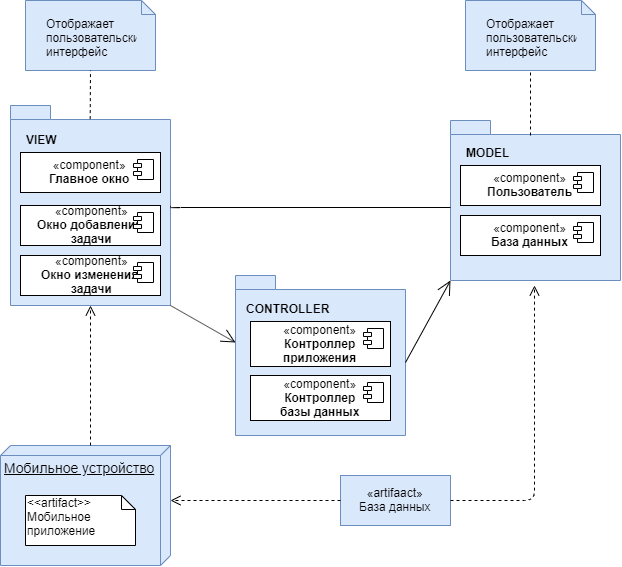
The draw.io diagram Documents/Diagrams/Deployment/Deployment.png in TomOlga/Dairy, before a commit. Source tidied: cells renumbered, new cells last; positions are measured from the earlier drawing's top-left corner, leaving out a move shared by most shapes. Its diagram source:
```xml
<mxGraphModel>
  <root>
    <mxCell id="0" />
    <mxCell id="1" parent="0" />
    <mxCell id="2" style="shape=folder;fontStyle=1;spacingTop=10;tabWidth=40;tabHeight=14;tabPosition=left;html=1;fillColor=#dae8fc;strokeColor=#6c8ebf;" parent="1" vertex="1">
      <mxGeometry x="450" y="120" width="170" height="160" as="geometry" />
    </mxCell>
    <mxCell id="3" style="shape=folder;fontStyle=1;spacingTop=10;tabWidth=40;tabHeight=14;tabPosition=left;html=1;align=center;fillColor=#dae8fc;strokeColor=#6c8ebf;" parent="1" vertex="1">
      <mxGeometry x="10" y="105" width="160" height="200" as="geometry" />
    </mxCell>
    <mxCell id="4" style="shape=folder;fontStyle=1;spacingTop=10;tabWidth=40;tabHeight=14;tabPosition=left;html=1;fillColor=#dae8fc;strokeColor=#6c8ebf;" parent="1" vertex="1">
      <mxGeometry x="235" y="275" width="170" height="160" as="geometry" />
    </mxCell>
    <mxCell id="5" style="shape=note;whiteSpace=wrap;html=1;size=14;verticalAlign=top;align=left;spacingTop=-6;fillColor=#dae8fc;strokeColor=#6c8ebf;" parent="1" vertex="1">
      <mxGeometry x="25" width="130" height="70" as="geometry" />
    </mxCell>
    <mxCell id="6" value="«component»&lt;br&gt;&lt;b&gt;Главное окно&lt;br&gt;&lt;/b&gt;" style="html=1;" parent="1" vertex="1">
      <mxGeometry x="20" y="152" width="140" height="40" as="geometry" />
    </mxCell>
    <mxCell id="7" style="shape=component;jettyWidth=8;jettyHeight=4;" parent="6" vertex="1">
      <mxGeometry x="1" width="20" height="20" relative="1" as="geometry">
        <mxPoint x="-27" y="7" as="offset" />
      </mxGeometry>
    </mxCell>
    <mxCell id="8" value="«artifaact»&lt;br&gt;База данных" style="html=1;fillColor=#dae8fc;strokeColor=#6c8ebf;" parent="1" vertex="1">
      <mxGeometry x="340" y="475" width="110" height="50" as="geometry" />
    </mxCell>
    <mxCell id="9" value="&lt;font style=&quot;font-size: 14px&quot;&gt;Мобильное устройство&lt;/font&gt;" style="verticalAlign=top;align=left;spacingTop=8;spacingLeft=2;spacingRight=12;shape=cube;size=10;direction=south;fontStyle=4;html=1;fillColor=#dae8fc;strokeColor=#6c8ebf;" parent="1" vertex="1">
      <mxGeometry y="445" width="170" height="120" as="geometry" />
    </mxCell>
    <mxCell id="10" value="&amp;lt;&amp;lt;artifact&amp;gt;&amp;gt;&lt;br&gt;Мобильное приложение" style="shape=note;whiteSpace=wrap;html=1;size=14;verticalAlign=top;align=left;spacingTop=-6;" parent="1" vertex="1">
      <mxGeometry x="25" y="495" width="110" height="50" as="geometry" />
    </mxCell>
    <mxCell id="11" style="html=1;verticalAlign=bottom;endArrow=open;dashed=1;endSize=8;entryX=0;entryY=0;entryDx=55;entryDy=0;entryPerimeter=0;exitX=0;exitY=0.5;exitDx=0;exitDy=0;" parent="1" edge="1" source="8" target="9">
      <mxGeometry relative="1" as="geometry" />
    </mxCell>
    <mxCell id="12" value="VIEW" style="text;strokeColor=none;fillColor=none;align=left;verticalAlign=top;spacingLeft=4;spacingRight=4;overflow=hidden;fontStyle=1;" parent="1" vertex="1">
      <mxGeometry x="20" y="126" width="100" height="26" as="geometry" />
    </mxCell>
    <mxCell id="13" style="html=1;verticalAlign=bottom;endArrow=open;dashed=1;endSize=8;entryX=0.5;entryY=1;entryDx=0;entryDy=0;entryPerimeter=0;exitX=0;exitY=0;exitDx=0;exitDy=80;exitPerimeter=0;" parent="1" edge="1" source="9" target="3">
      <mxGeometry relative="1" as="geometry" />
    </mxCell>
    <mxCell id="14" style="html=1;verticalAlign=bottom;endArrow=open;dashed=1;endSize=8;exitX=1;exitY=0.5;exitDx=0;exitDy=0;" parent="1" edge="1" source="8">
      <mxGeometry relative="1" as="geometry">
        <mxPoint x="534" y="285" as="targetPoint" />
        <Array as="points">
          <mxPoint x="534" y="500" />
        </Array>
      </mxGeometry>
    </mxCell>
    <mxCell id="15" value="CONTROLLER" style="text;strokeColor=none;fillColor=none;align=left;verticalAlign=top;spacingLeft=4;spacingRight=4;overflow=hidden;fontStyle=1;fontSize=12;" parent="1" vertex="1">
      <mxGeometry x="240" y="295" width="100" height="26" as="geometry" />
    </mxCell>
    <mxCell id="16" value="MODEL" style="text;strokeColor=none;fillColor=none;align=left;verticalAlign=top;spacingLeft=4;spacingRight=4;overflow=hidden;fontStyle=1;" parent="1" vertex="1">
      <mxGeometry x="460" y="139" width="100" height="26" as="geometry" />
    </mxCell>
    <mxCell id="17" value="«component»&lt;br&gt;&lt;b&gt;Контроллер&lt;br&gt;базы данных&lt;br&gt;&lt;/b&gt;" style="html=1;" parent="1" vertex="1">
      <mxGeometry x="250" y="375" width="140" height="45" as="geometry" />
    </mxCell>
    <mxCell id="18" style="shape=component;jettyWidth=8;jettyHeight=4;" parent="17" vertex="1">
      <mxGeometry x="1" width="20" height="20" relative="1" as="geometry">
        <mxPoint x="-27" y="7" as="offset" />
      </mxGeometry>
    </mxCell>
    <mxCell id="19" style="endArrow=none;html=1;edgeStyle=orthogonalEdgeStyle;fontSize=12;entryX=0;entryY=0;entryDx=0;entryDy=87;entryPerimeter=0;" parent="1" edge="1" target="2">
      <mxGeometry relative="1" as="geometry">
        <mxPoint x="170" y="205" as="sourcePoint" />
        <Array as="points">
          <mxPoint x="170" y="207" />
        </Array>
      </mxGeometry>
    </mxCell>
    <mxCell id="20" style="endArrow=open;endFill=1;endSize=12;html=1;fontSize=12;exitX=0;exitY=0;exitDx=160;exitDy=200;exitPerimeter=0;entryX=0;entryY=0;entryDx=0;entryDy=67;entryPerimeter=0;" parent="1" edge="1" source="3" target="4">
      <mxGeometry relative="1" as="geometry" />
    </mxCell>
    <mxCell id="21" style="endArrow=open;endFill=1;endSize=12;html=1;fontSize=12;exitX=0;exitY=0;exitDx=170;exitDy=87;exitPerimeter=0;entryX=0;entryY=0;entryDx=0;entryDy=160;entryPerimeter=0;" parent="1" edge="1" source="4" target="2">
      <mxGeometry relative="1" as="geometry" />
    </mxCell>
    <mxCell id="22" value="«component»&lt;br&gt;&lt;b&gt;Пользователь&lt;br&gt;&lt;/b&gt;" style="html=1;" parent="1" vertex="1">
      <mxGeometry x="460" y="165" width="140" height="40" as="geometry" />
    </mxCell>
    <mxCell id="23" style="shape=component;jettyWidth=8;jettyHeight=4;" parent="22" vertex="1">
      <mxGeometry x="1" width="20" height="20" relative="1" as="geometry">
        <mxPoint x="-27" y="7" as="offset" />
      </mxGeometry>
    </mxCell>
    <mxCell id="24" value="«component»&lt;br&gt;&lt;b&gt;База данных&lt;br&gt;&lt;/b&gt;" style="html=1;" parent="1" vertex="1">
      <mxGeometry x="460" y="215" width="140" height="40" as="geometry" />
    </mxCell>
    <mxCell id="25" style="shape=component;jettyWidth=8;jettyHeight=4;" parent="24" vertex="1">
      <mxGeometry x="1" width="20" height="20" relative="1" as="geometry">
        <mxPoint x="-27" y="7" as="offset" />
      </mxGeometry>
    </mxCell>
    <mxCell id="26" value="Отображает&#10;пользовательский&#10;интерфейс" style="text;strokeColor=none;fillColor=none;align=left;verticalAlign=top;spacingLeft=4;spacingRight=4;overflow=hidden;fontSize=12;" parent="1" vertex="1">
      <mxGeometry x="40" y="10" width="100" height="50" as="geometry" />
    </mxCell>
    <mxCell id="27" style="endArrow=none;dashed=1;html=1;fontSize=12;entryX=0.5;entryY=1;entryDx=0;entryDy=0;entryPerimeter=0;exitX=0.498;exitY=0.068;exitDx=0;exitDy=0;exitPerimeter=0;" parent="1" edge="1" source="3" target="5">
      <mxGeometry relative="1" as="geometry" />
    </mxCell>
    <mxCell id="28" style="shape=note;whiteSpace=wrap;html=1;size=14;verticalAlign=top;align=left;spacingTop=-6;fillColor=#dae8fc;strokeColor=#6c8ebf;" parent="1" vertex="1">
      <mxGeometry x="465" width="130" height="70" as="geometry" />
    </mxCell>
    <mxCell id="29" value="Отображает&#10;пользовательский&#10;интерфейс" style="text;strokeColor=none;fillColor=none;align=left;verticalAlign=top;spacingLeft=4;spacingRight=4;overflow=hidden;fontSize=12;" parent="1" vertex="1">
      <mxGeometry x="480" y="10" width="100" height="50" as="geometry" />
    </mxCell>
    <mxCell id="30" style="endArrow=none;dashed=1;html=1;fontSize=12;entryX=0.5;entryY=1;entryDx=0;entryDy=0;entryPerimeter=0;" parent="1" edge="1">
      <mxGeometry relative="1" as="geometry">
        <mxPoint x="530" y="135" as="sourcePoint" />
        <mxPoint x="530" y="71" as="targetPoint" />
      </mxGeometry>
    </mxCell>
    <mxCell id="31" value="«component»&lt;br&gt;&lt;b&gt;Контроллер&lt;br&gt;приложения&lt;br&gt;&lt;/b&gt;" style="html=1;" parent="1" vertex="1">
      <mxGeometry x="250" y="321" width="140" height="45" as="geometry" />
    </mxCell>
    <mxCell id="32" style="shape=component;jettyWidth=8;jettyHeight=4;" parent="31" vertex="1">
      <mxGeometry x="1" width="20" height="20" relative="1" as="geometry">
        <mxPoint x="-27" y="7" as="offset" />
      </mxGeometry>
    </mxCell>
    <mxCell id="33" value="«component»&lt;br&gt;&lt;b&gt;Окно изменения &lt;br&gt;задачи&lt;br&gt;&lt;/b&gt;" style="html=1;" parent="1" vertex="1">
      <mxGeometry x="20" y="255" width="140" height="40" as="geometry" />
    </mxCell>
    <mxCell id="34" style="shape=component;jettyWidth=8;jettyHeight=4;" parent="33" vertex="1">
      <mxGeometry x="1" width="20" height="20" relative="1" as="geometry">
        <mxPoint x="-27" y="7" as="offset" />
      </mxGeometry>
    </mxCell>
    <mxCell id="35" value="«component»&lt;br&gt;&lt;b&gt;Окно добавления &lt;br&gt;задачи&lt;br&gt;&lt;/b&gt;" style="html=1;" parent="1" vertex="1">
      <mxGeometry x="20" y="205" width="140" height="40" as="geometry" />
    </mxCell>
    <mxCell id="36" style="shape=component;jettyWidth=8;jettyHeight=4;" parent="35" vertex="1">
      <mxGeometry x="1" width="20" height="20" relative="1" as="geometry">
        <mxPoint x="-27" y="7" as="offset" />
      </mxGeometry>
    </mxCell>
  </root>
</mxGraphModel>
```
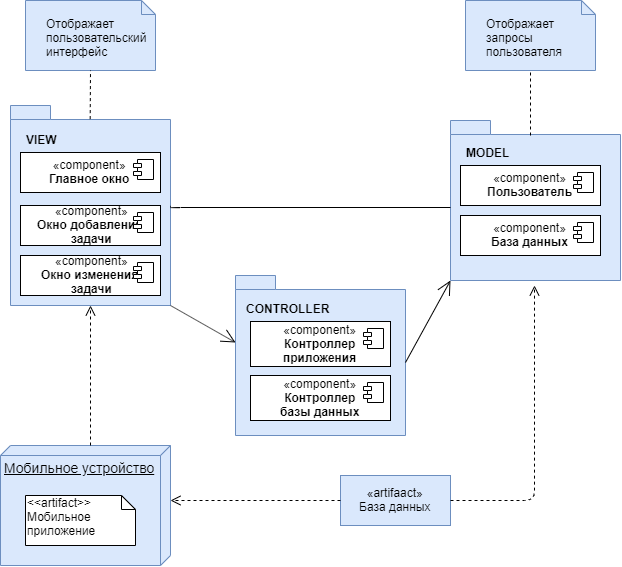
The same file after the commit.

Change to the diagram source:
```diff
@@ -93,7 +93,7 @@
       </mxGeometry>
     </mxCell>
     <mxCell id="26" value="Отображает&#10;пользовательский&#10;интерфейс" style="text;strokeColor=none;fillColor=none;align=left;verticalAlign=top;spacingLeft=4;spacingRight=4;overflow=hidden;fontSize=12;" parent="1" vertex="1">
-      <mxGeometry x="40" y="10" width="100" height="50" as="geometry" />
+      <mxGeometry x="40" y="10" width="110" height="50" as="geometry" />
     </mxCell>
     <mxCell id="27" style="endArrow=none;dashed=1;html=1;fontSize=12;entryX=0.5;entryY=1;entryDx=0;entryDy=0;entryPerimeter=0;exitX=0.498;exitY=0.068;exitDx=0;exitDy=0;exitPerimeter=0;" parent="1" edge="1" source="3" target="5">
       <mxGeometry relative="1" as="geometry" />
@@ -101,7 +101,7 @@
     <mxCell id="28" style="shape=note;whiteSpace=wrap;html=1;size=14;verticalAlign=top;align=left;spacingTop=-6;fillColor=#dae8fc;strokeColor=#6c8ebf;" parent="1" vertex="1">
       <mxGeometry x="465" width="130" height="70" as="geometry" />
     </mxCell>
-    <mxCell id="29" value="Отображает&#10;пользовательский&#10;интерфейс" style="text;strokeColor=none;fillColor=none;align=left;verticalAlign=top;spacingLeft=4;spacingRight=4;overflow=hidden;fontSize=12;" parent="1" vertex="1">
+    <mxCell id="29" value="Отображает&#10;запросы &#10;пользователя" style="text;strokeColor=none;fillColor=none;align=left;verticalAlign=top;spacingLeft=4;spacingRight=4;overflow=hidden;fontSize=12;" parent="1" vertex="1">
       <mxGeometry x="480" y="10" width="100" height="50" as="geometry" />
     </mxCell>
     <mxCell id="30" style="endArrow=none;dashed=1;html=1;fontSize=12;entryX=0.5;entryY=1;entryDx=0;entryDy=0;entryPerimeter=0;" parent="1" edge="1">
```
